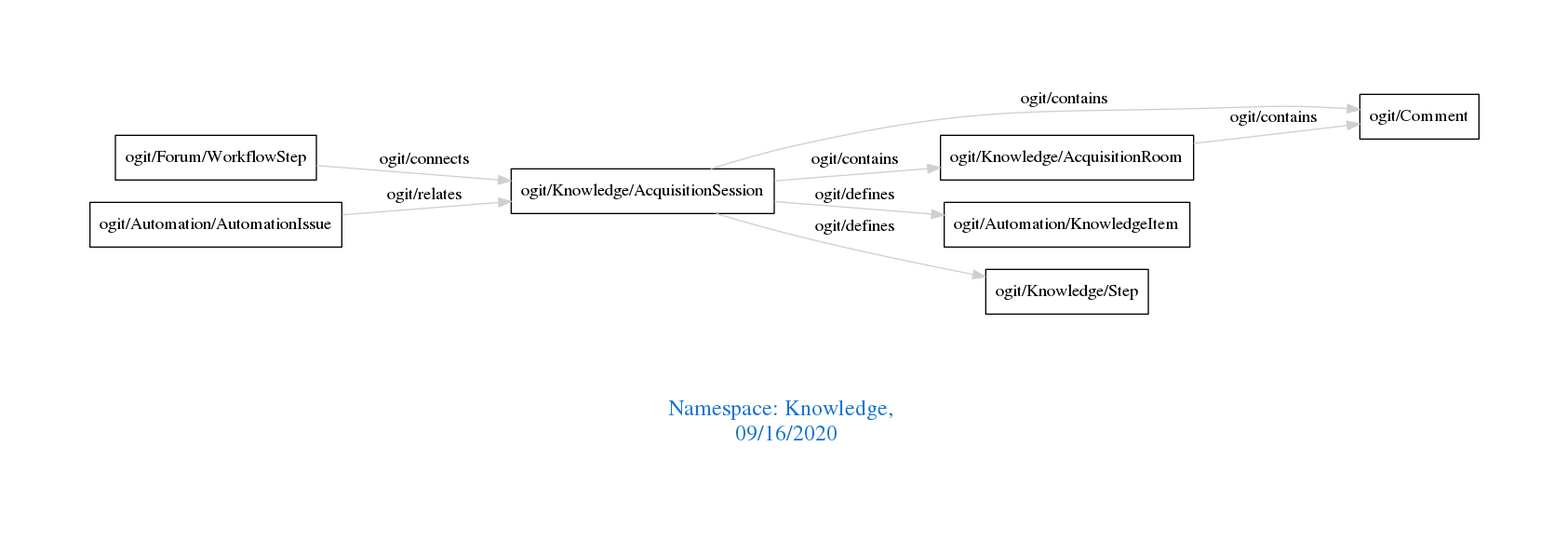
arago/OGIT keeps this Graphviz diagram as downloads/Knowledge.png. Above is the earlier version. Its source is kept beside it as downloads/Knowledge.dot.
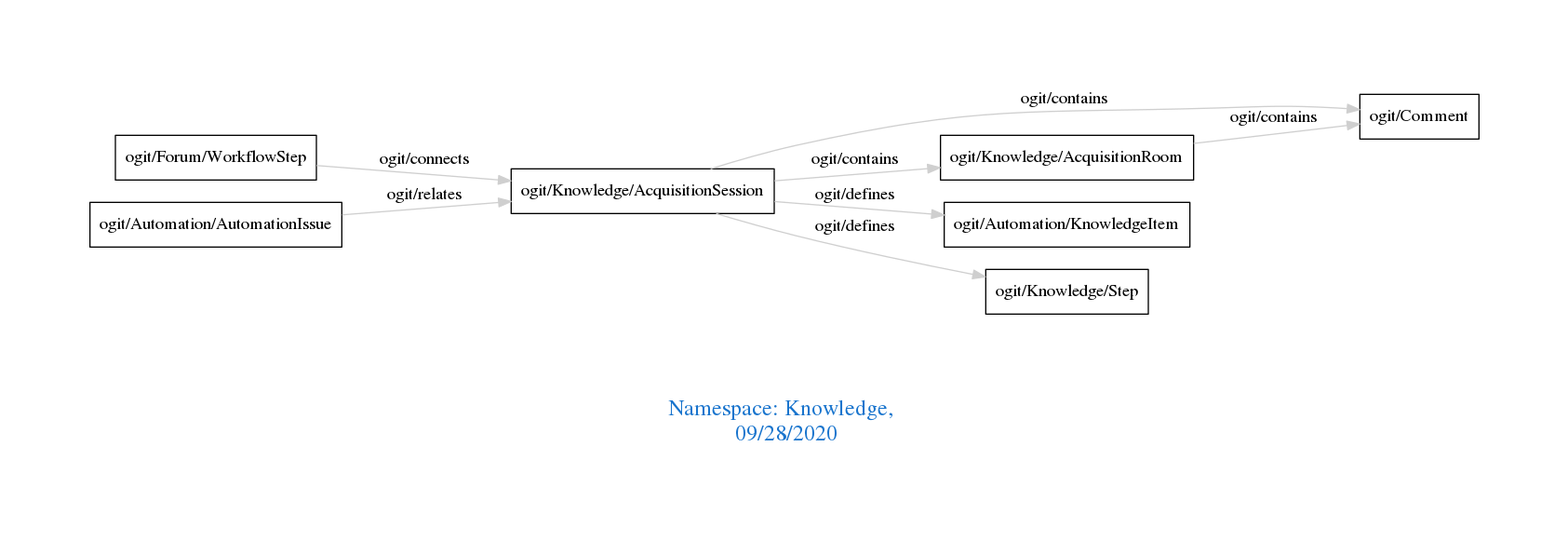
Above is the later version.

The edit, as a diff of the source:
```diff
@@ -1,7 +1,7 @@
 digraph OGIT_ontology {
  graph [ rankdir= LR,pad=1
 fontsize = 18,
-fontcolor= dodgerblue3,label = "\n\n\nNamespace: Knowledge, \n 09/16/2020"];
+fontcolor= dodgerblue3,label = "\n\n\nNamespace: Knowledge, \n 09/28/2020"];
 node[shape=polygon];
 edge [  color="gray81"];
 
```
